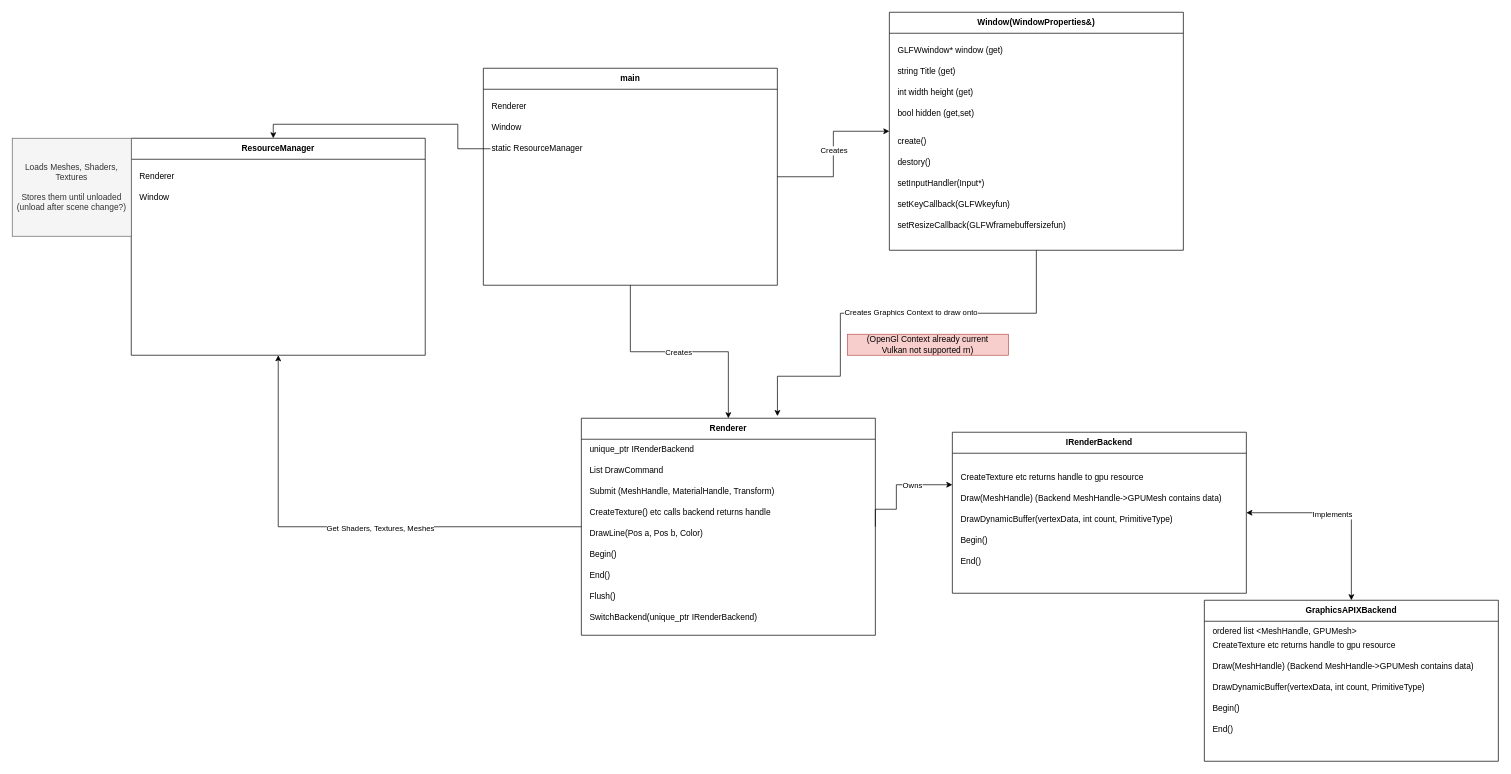
The draw.io diagram docs/BlockGame.drawio in Kreiseljustus/BlockGame, before the edit. Source tidied: cells renumbered, new cells numbered last; positions are measured from the earlier drawing's top-left corner, leaving out a move shared by most shapes. Both pictures are drawn from the tidied source at 70%, with x=0, y=0 at pixel (12, 12).
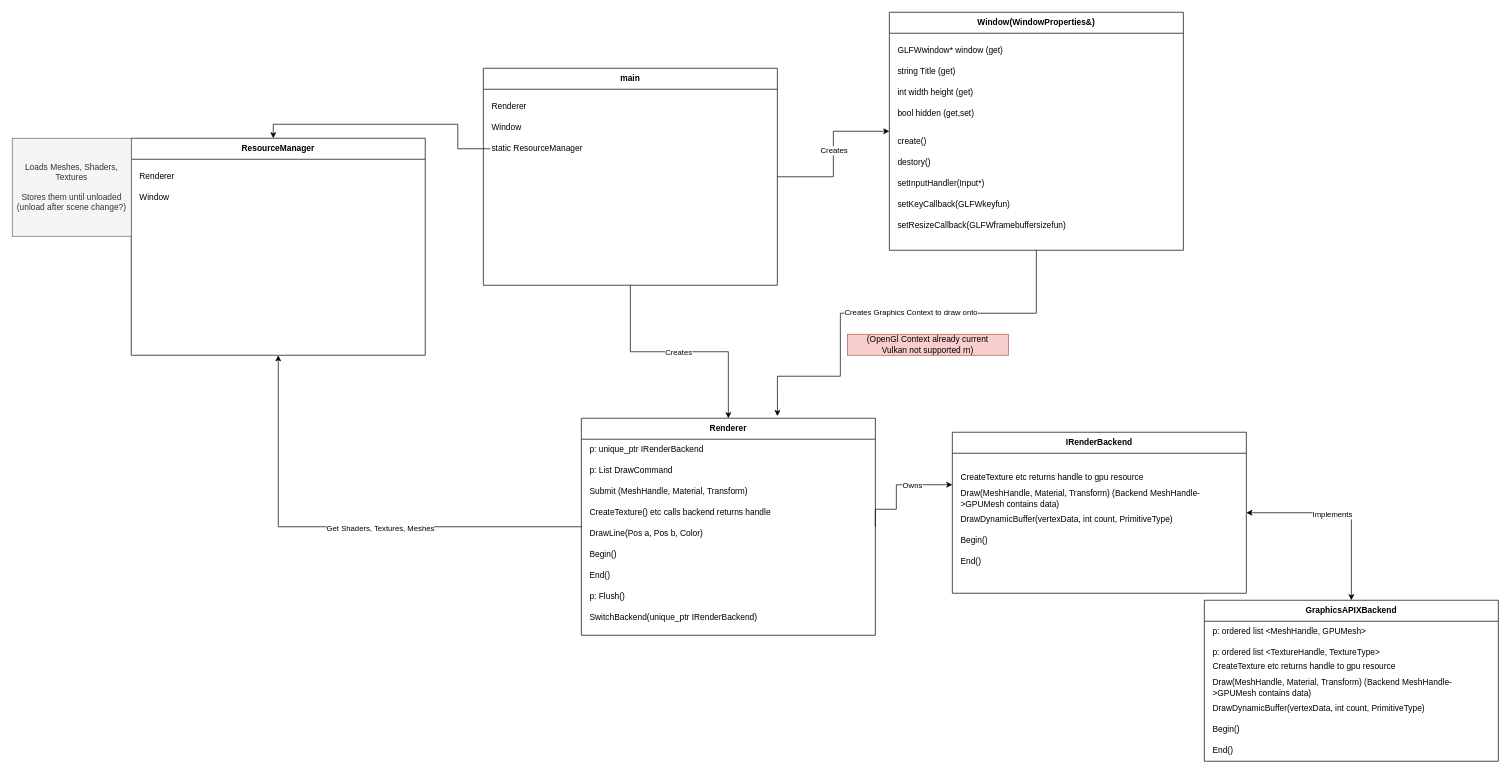
Above is the later version.

The change refers to these unchanged cells:
```xml
<mxCell id="5" value="&lt;div&gt;Renderer&lt;/div&gt;" style="swimlane;whiteSpace=wrap;html=1;startSize=30;" parent="1" vertex="1">
  <mxGeometry x="813" y="580" width="420" height="310" as="geometry" />
</mxCell>
<mxCell id="15" value="IRenderBackend" style="swimlane;whiteSpace=wrap;html=1;startSize=30;" parent="1" vertex="1">
  <mxGeometry x="1343" y="600" width="420" height="230" as="geometry" />
</mxCell>
<mxCell id="46" value="GraphicsAPIXBackend" style="swimlane;whiteSpace=wrap;html=1;startSize=30;" parent="1" vertex="1">
  <mxGeometry x="1703" y="840" width="420" height="230" as="geometry" />
</mxCell>
```

The edit, as a diff of the source:
```diff
@@
-    <mxCell id="6" value="unique_ptr IRenderBackend" style="text;html=1;whiteSpace=wrap;strokeColor=none;fillColor=none;align=left;verticalAlign=middle;rounded=0;" parent="5" vertex="1">
+    <mxCell id="6" value="p: unique_ptr IRenderBackend" style="text;html=1;whiteSpace=wrap;strokeColor=none;fillColor=none;align=left;verticalAlign=middle;rounded=0;" parent="5" vertex="1">
       <mxGeometry x="10" y="30" width="170" height="30" as="geometry" />
     </mxCell>
-    <mxCell id="7" value="Submit (MeshHandle, MaterialHandle, Transform)" style="text;html=1;whiteSpace=wrap;strokeColor=none;fillColor=none;align=left;verticalAlign=middle;rounded=0;" parent="5" vertex="1">
+    <mxCell id="7" value="Submit (MeshHandle, Material, Transform)" style="text;html=1;whiteSpace=wrap;strokeColor=none;fillColor=none;align=left;verticalAlign=middle;rounded=0;" parent="5" vertex="1">
       <mxGeometry x="10" y="90" width="400" height="30" as="geometry" />
     </mxCell>
@@
-    <mxCell id="11" value="Flush()" style="text;html=1;whiteSpace=wrap;strokeColor=none;fillColor=none;align=left;verticalAlign=middle;rounded=0;" parent="5" vertex="1">
+    <mxCell id="11" value="p: Flush()" style="text;html=1;whiteSpace=wrap;strokeColor=none;fillColor=none;align=left;verticalAlign=middle;rounded=0;" parent="5" vertex="1">
       <mxGeometry x="10" y="240" width="400" height="30" as="geometry" />
     </mxCell>
-    <mxCell id="12" value="List DrawCommand" style="text;html=1;whiteSpace=wrap;strokeColor=none;fillColor=none;align=left;verticalAlign=middle;rounded=0;" parent="5" vertex="1">
+    <mxCell id="12" value="p: List DrawCommand" style="text;html=1;whiteSpace=wrap;strokeColor=none;fillColor=none;align=left;verticalAlign=middle;rounded=0;" parent="5" vertex="1">
       <mxGeometry x="10" y="60" width="400" height="30" as="geometry" />
     </mxCell>
@@
-    <mxCell id="16" value="Draw(MeshHandle) (Backend MeshHandle-&amp;gt;GPUMesh contains data)" style="text;html=1;whiteSpace=wrap;strokeColor=none;fillColor=none;align=left;verticalAlign=middle;rounded=0;" parent="15" vertex="1">
+    <mxCell id="16" value="Draw(MeshHandle, Material, Transform) (Backend MeshHandle-&amp;gt;GPUMesh contains data)" style="text;html=1;whiteSpace=wrap;strokeColor=none;fillColor=none;align=left;verticalAlign=middle;rounded=0;" parent="15" vertex="1">
       <mxGeometry x="10" y="80" width="400" height="30" as="geometry" />
     </mxCell>
@@
-    <mxCell id="47" value="ordered list &amp;lt;MeshHandle, GPUMesh&amp;gt;" style="text;html=1;whiteSpace=wrap;strokeColor=none;fillColor=none;align=left;verticalAlign=middle;rounded=0;" parent="46" vertex="1">
+    <mxCell id="47" value="p: ordered list &amp;lt;MeshHandle, GPUMesh&amp;gt;" style="text;html=1;whiteSpace=wrap;strokeColor=none;fillColor=none;align=left;verticalAlign=middle;rounded=0;" parent="46" vertex="1">
       <mxGeometry x="10" y="30" width="380" height="30" as="geometry" />
     </mxCell>
-    <mxCell id="48" value="Draw(MeshHandle) (Backend MeshHandle-&amp;gt;GPUMesh contains data)" style="text;html=1;whiteSpace=wrap;strokeColor=none;fillColor=none;align=left;verticalAlign=middle;rounded=0;" parent="46" vertex="1">
-      <mxGeometry x="10" y="80" width="400" height="30" as="geometry" />
+    <mxCell id="48" value="Draw(MeshHandle, Material, Transform) (Backend MeshHandle-&amp;gt;GPUMesh contains data)" style="text;html=1;whiteSpace=wrap;strokeColor=none;fillColor=none;align=left;verticalAlign=middle;rounded=0;" parent="46" vertex="1">
+      <mxGeometry x="10" y="110" width="400" height="30" as="geometry" />
     </mxCell>
     <mxCell id="49" value="DrawDynamicBuffer(vertexData, int count, PrimitiveType)" style="text;html=1;whiteSpace=wrap;strokeColor=none;fillColor=none;align=left;verticalAlign=middle;rounded=0;" parent="46" vertex="1">
-      <mxGeometry x="10" y="110" width="400" height="30" as="geometry" />
+      <mxGeometry x="10" y="140" width="400" height="30" as="geometry" />
     </mxCell>
     <mxCell id="50" value="CreateTexture etc returns handle to gpu resource" style="text;html=1;whiteSpace=wrap;strokeColor=none;fillColor=none;align=left;verticalAlign=middle;rounded=0;" parent="46" vertex="1">
-      <mxGeometry x="10" y="50" width="400" height="30" as="geometry" />
+      <mxGeometry x="10" y="80" width="400" height="30" as="geometry" />
     </mxCell>
     <mxCell id="51" value="Begin()" style="text;html=1;whiteSpace=wrap;strokeColor=none;fillColor=none;align=left;verticalAlign=middle;rounded=0;" parent="46" vertex="1">
-      <mxGeometry x="10" y="140" width="400" height="30" as="geometry" />
+      <mxGeometry x="10" y="170" width="400" height="30" as="geometry" />
     </mxCell>
     <mxCell id="52" value="End()" style="text;html=1;whiteSpace=wrap;strokeColor=none;fillColor=none;align=left;verticalAlign=middle;rounded=0;" parent="46" vertex="1">
-      <mxGeometry x="10" y="170" width="400" height="30" as="geometry" />
+      <mxGeometry x="10" y="200" width="400" height="30" as="geometry" />
     </mxCell>
+    <mxCell id="58" value="p: ordered list &amp;lt;TextureHandle, TextureType&amp;gt;" style="text;html=1;whiteSpace=wrap;strokeColor=none;fillColor=none;align=left;verticalAlign=middle;rounded=0;" parent="46" vertex="1">
+      <mxGeometry x="10" y="60" width="380" height="30" as="geometry" />
+    </mxCell>
```
